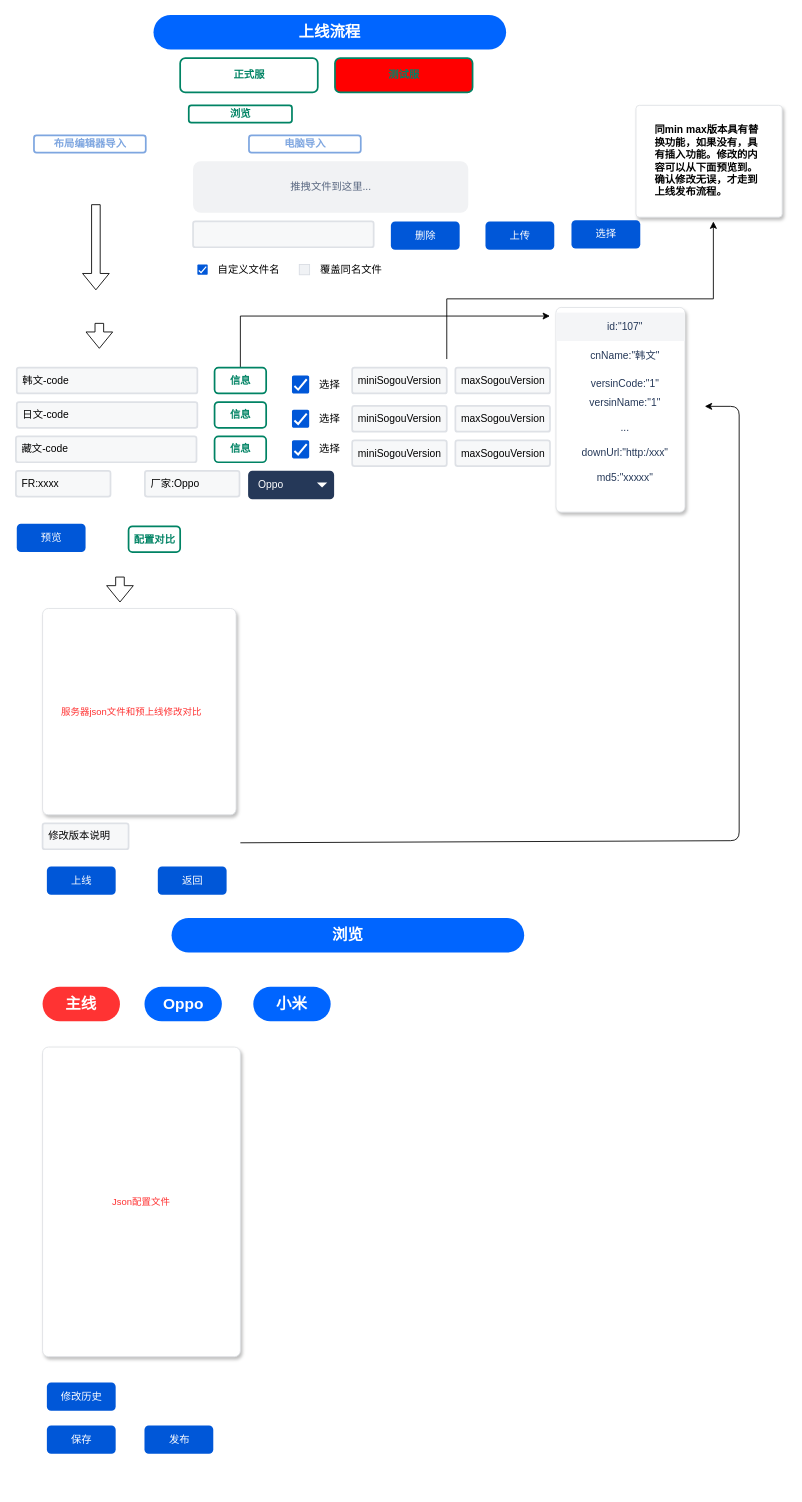
Earlier version of the draw.io diagram layout-editor/上线流程.drawio (chonglv/charts). Source tidied: cells renumbered, new cells numbered last; positions are measured from the earlier drawing's top-left corner, leaving out a move shared by most shapes. Both pictures are drawn from the tidied source at 86%, with x=0, y=0 at pixel (15, 15).
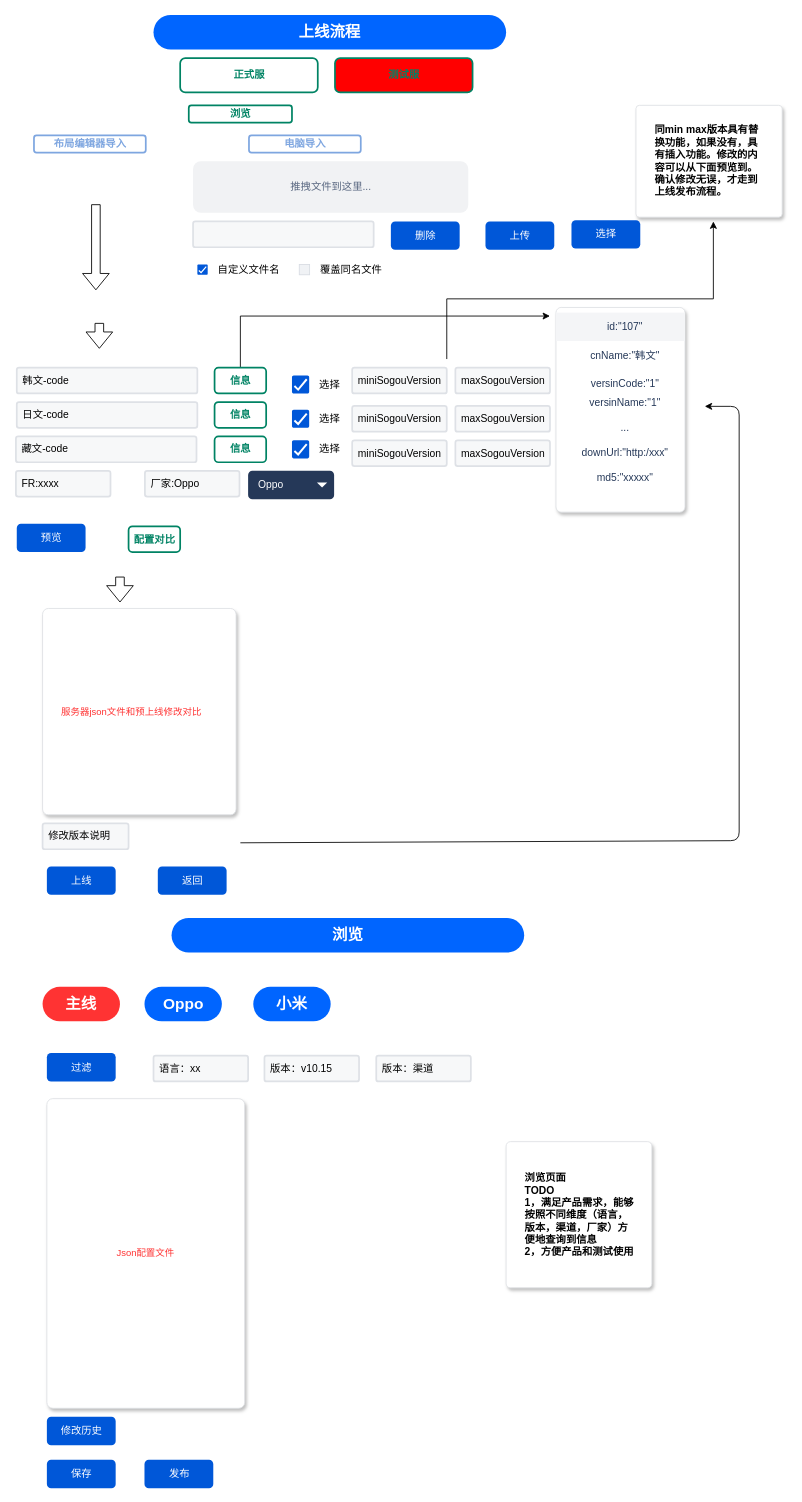
After the change.

What changed in the source:
```diff
@@
     <mxCell id="54" value="&lt;font color=&quot;#ff3333&quot;&gt;&lt;span style=&quot;font-size: 11px&quot;&gt;Json配置文件&lt;/span&gt;&lt;/font&gt;" style="rounded=1;arcSize=3;fillColor=#ffffff;strokeColor=#DFE1E5;strokeWidth=1;shadow=1;align=center;html=1;whiteSpace=wrap;spacingLeft=20;spacingRight=20;fontSize=12;" parent="1" vertex="1">
-      <mxGeometry x="31" y="1200" width="230" height="360" as="geometry" />
+      <mxGeometry x="36" y="1260" width="230" height="360" as="geometry" />
     </mxCell>
     <mxCell id="55" value="修改历史" style="rounded=1;fillColor=#0057D8;align=center;strokeColor=none;html=1;fontColor=#ffffff;fontSize=12;" parent="1" vertex="1">
-      <mxGeometry x="36" y="1590" width="80" height="33" as="geometry" />
+      <mxGeometry x="36" y="1630" width="80" height="33" as="geometry" />
     </mxCell>
     <mxCell id="56" value="保存" style="rounded=1;fillColor=#0057D8;align=center;strokeColor=none;html=1;fontColor=#ffffff;fontSize=12;" parent="1" vertex="1">
-      <mxGeometry x="36" y="1640" width="80" height="33" as="geometry" />
+      <mxGeometry x="36" y="1680" width="80" height="33" as="geometry" />
     </mxCell>
     <mxCell id="57" value="发布" style="rounded=1;fillColor=#0057D8;align=center;strokeColor=none;html=1;fontColor=#ffffff;fontSize=12;" parent="1" vertex="1">
-      <mxGeometry x="149.5" y="1640" width="80" height="33" as="geometry" />
+      <mxGeometry x="149.5" y="1680" width="80" height="33" as="geometry" />
     </mxCell>
@@
+    <mxCell id="63" value="&lt;b&gt;浏览页面&lt;br&gt;TODO&lt;br&gt;1，满足产品需求，能够按照不同维度（语言，版本，渠道，厂家）方便地查询到信息&lt;br&gt;2，方便产品和测试使用&lt;br&gt;&lt;/b&gt;" style="rounded=1;arcSize=3;fillColor=#ffffff;strokeColor=#DFE1E5;strokeWidth=1;shadow=1;align=left;html=1;whiteSpace=wrap;spacingLeft=20;spacingRight=20;fontSize=12;" parent="1" vertex="1">
+      <mxGeometry x="570" y="1310" width="169.5" height="170" as="geometry" />
+    </mxCell>
+    <mxCell id="64" value="过滤" style="rounded=1;fillColor=#0057D8;align=center;strokeColor=none;html=1;fontColor=#ffffff;fontSize=12;" parent="1" vertex="1">
+      <mxGeometry x="36" y="1207" width="80" height="33" as="geometry" />
+    </mxCell>
+    <mxCell id="65" value="语言：xx" style="rounded=1;arcSize=9;fillColor=#F7F8F9;align=left;spacingLeft=5;strokeColor=#DEE1E6;html=1;strokeWidth=2;fontSize=12;" parent="1" vertex="1">
+      <mxGeometry x="160" y="1210" width="110" height="30" as="geometry" />
+    </mxCell>
+    <mxCell id="66" value="版本：v10.15" style="rounded=1;arcSize=9;fillColor=#F7F8F9;align=left;spacingLeft=5;strokeColor=#DEE1E6;html=1;strokeWidth=2;fontSize=12;" parent="1" vertex="1">
+      <mxGeometry x="289" y="1210" width="110" height="30" as="geometry" />
+    </mxCell>
+    <mxCell id="67" value="版本：渠道" style="rounded=1;arcSize=9;fillColor=#F7F8F9;align=left;spacingLeft=5;strokeColor=#DEE1E6;html=1;strokeWidth=2;fontSize=12;" parent="1" vertex="1">
+      <mxGeometry x="419" y="1210" width="110" height="30" as="geometry" />
+    </mxCell>
```
